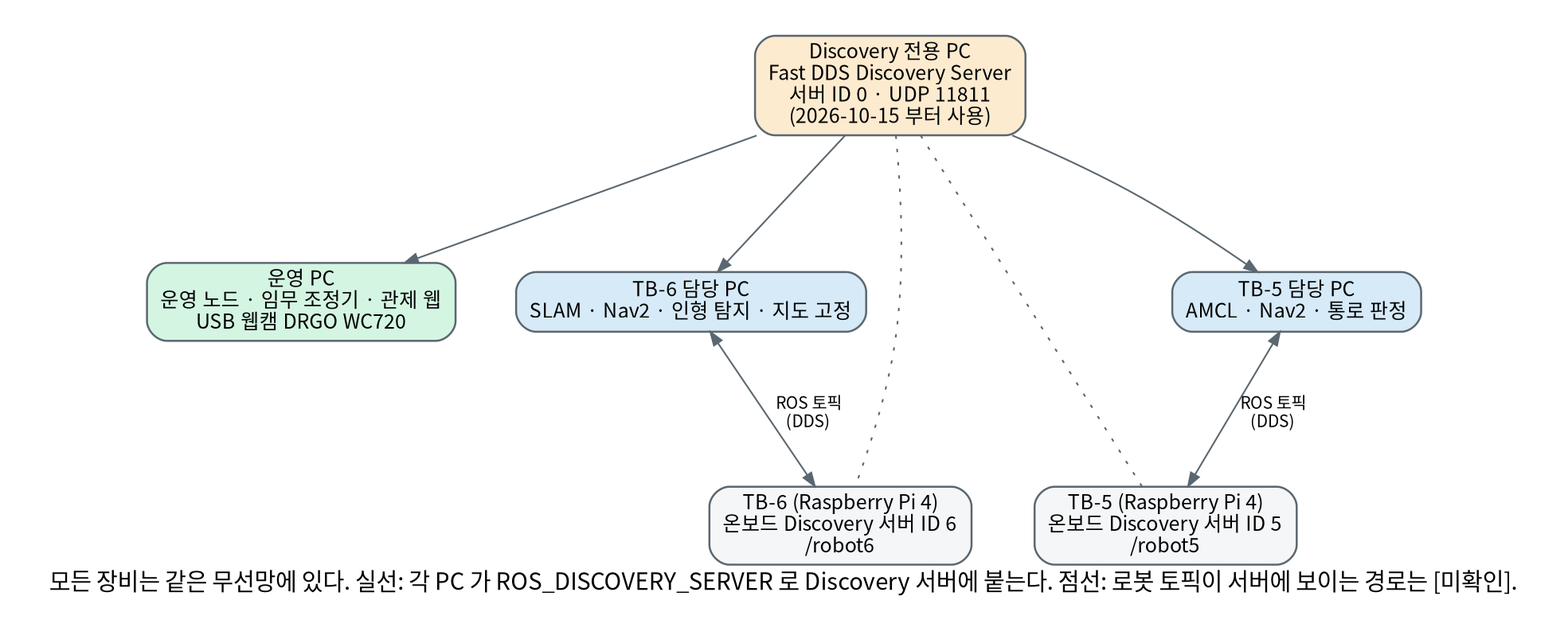
mi1nn/ROKEY-7-public keeps this Graphviz diagram as docs/diagrams/network.png. Above is the earlier version. Its source is kept beside it as tools/diagrams/network.dot. Its diagram source:
```dot
digraph G {
  rankdir=TB; nodesep=0.5; ranksep=0.9; newrank=true;
  graph [fontname="Noto Sans CJK KR", fontsize=14, dpi=150, pad=0.3, bgcolor="white", labelloc=b];
  node [fontname="Noto Sans CJK KR", fontsize=12, shape=box, style="rounded,filled", fillcolor="#F4F6F8", color="#5B6770", penwidth=1.2];
  edge [fontname="Noto Sans CJK KR", fontsize=10, color="#5B6770", arrowsize=0.8];
  label="모든 장비는 같은 무선망에 있다. 실선: 각 PC 가 ROS_DISCOVERY_SERVER 로 Discovery 서버에 붙는다. 점선: 로봇 토픽이 서버에 보이는 경로는 [미확인].";
  D [label="Discovery 전용 PC\nFast DDS Discovery Server\n서버 ID 0 · UDP 11811\n(2026-10-15 부터 사용)", fillcolor="#FDEBD0"];
  OPS [label="운영 PC\n운영 노드 · 임무 조정기 · 관제 웹\nUSB 웹캠 DRGO WC720", fillcolor="#D5F5E3"];
  PC6 [label="TB-6 담당 PC\nSLAM · Nav2 · 인형 탐지 · 지도 고정", fillcolor="#D6EAF8"];
  PC5 [label="TB-5 담당 PC\nAMCL · Nav2 · 통로 판정", fillcolor="#D6EAF8"];
  R6 [label="TB-6 (Raspberry Pi 4)\n온보드 Discovery 서버 ID 6\n/robot6"];
  R5 [label="TB-5 (Raspberry Pi 4)\n온보드 Discovery 서버 ID 5\n/robot5"];
  {rank=same; OPS; PC6; PC5;}
  {rank=same; R6; R5;}
  OPS -> D [dir=back, label="  "]; PC6 -> D [dir=back]; PC5 -> D [dir=back];
  D -> OPS [style=invis];
  PC6 -> R6 [dir=both, label="ROS 토픽\n(DDS)"];
  PC5 -> R5 [dir=both, label="ROS 토픽\n(DDS)"];
  D -> R6 [style=dotted, arrowhead=none];
  D -> R5 [style=dotted, arrowhead=none];
}
```
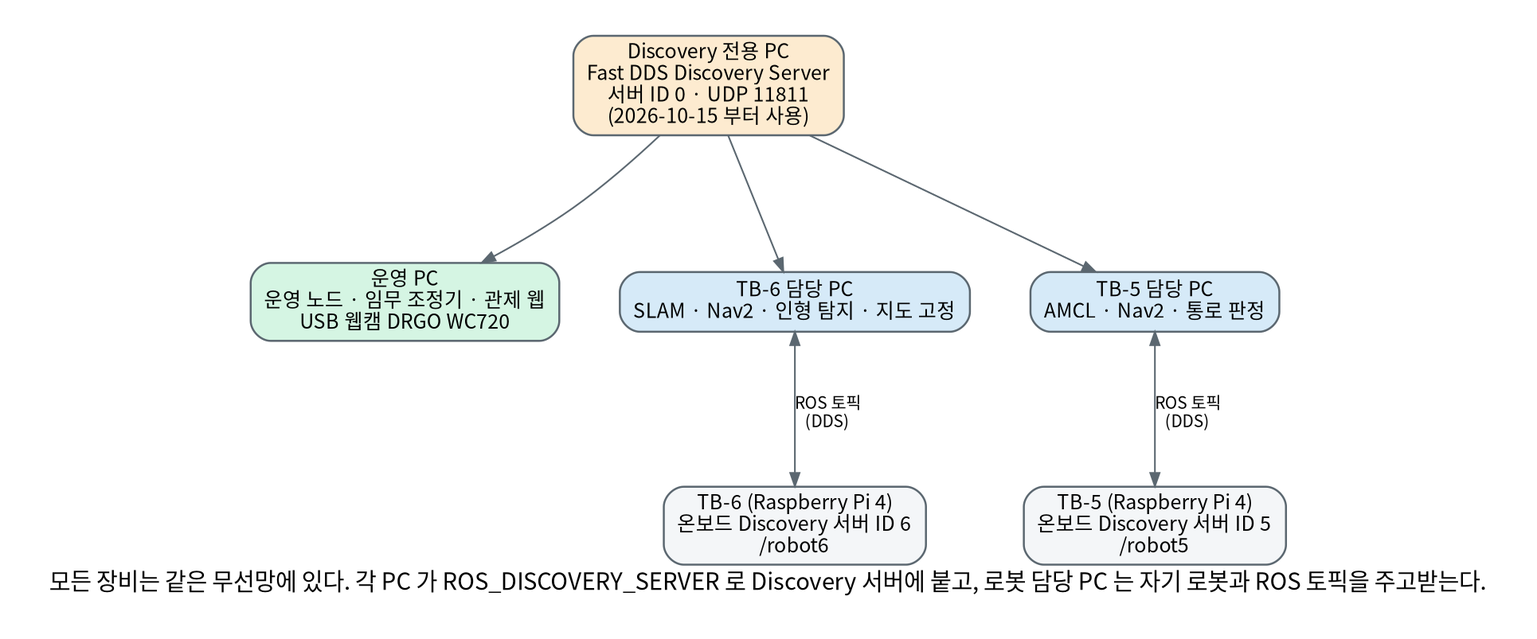
Later version of the same file.

Diff of the diagram source:
```diff
@@ -3,7 +3,7 @@
   graph [fontname="Noto Sans CJK KR", fontsize=14, dpi=150, pad=0.3, bgcolor="white", labelloc=b];
   node [fontname="Noto Sans CJK KR", fontsize=12, shape=box, style="rounded,filled", fillcolor="#F4F6F8", color="#5B6770", penwidth=1.2];
   edge [fontname="Noto Sans CJK KR", fontsize=10, color="#5B6770", arrowsize=0.8];
-  label="모든 장비는 같은 무선망에 있다. 실선: 각 PC 가 ROS_DISCOVERY_SERVER 로 Discovery 서버에 붙는다. 점선: 로봇 토픽이 서버에 보이는 경로는 [미확인].";
+  label="모든 장비는 같은 무선망에 있다. 각 PC 가 ROS_DISCOVERY_SERVER 로 Discovery 서버에 붙고, 로봇 담당 PC 는 자기 로봇과 ROS 토픽을 주고받는다.";
   D [label="Discovery 전용 PC\nFast DDS Discovery Server\n서버 ID 0 · UDP 11811\n(2026-10-15 부터 사용)", fillcolor="#FDEBD0"];
   OPS [label="운영 PC\n운영 노드 · 임무 조정기 · 관제 웹\nUSB 웹캠 DRGO WC720", fillcolor="#D5F5E3"];
   PC6 [label="TB-6 담당 PC\nSLAM · Nav2 · 인형 탐지 · 지도 고정", fillcolor="#D6EAF8"];
@@ -16,6 +16,4 @@
   D -> OPS [style=invis];
   PC6 -> R6 [dir=both, label="ROS 토픽\n(DDS)"];
   PC5 -> R5 [dir=both, label="ROS 토픽\n(DDS)"];
-  D -> R6 [style=dotted, arrowhead=none];
-  D -> R5 [style=dotted, arrowhead=none];
 }
```
